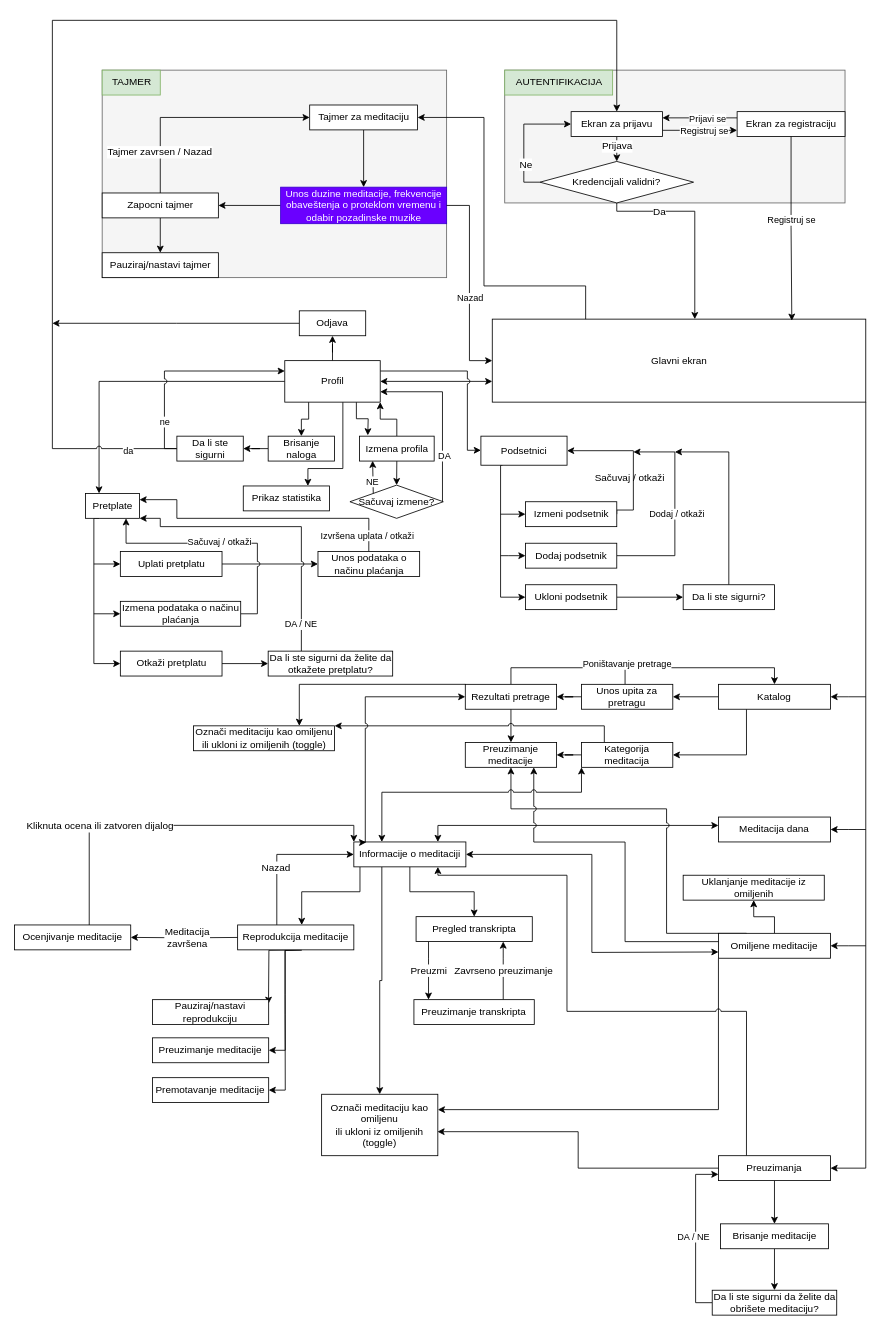
BulatovicBalsa/pure-meditation-dti keeps this draw.io diagram as refactored_PureMeditation_DTI.drawio. Above is the earlier version. Source tidied: cells renumbered, new cells numbered last; positions are measured from the earlier drawing's top-left corner, leaving out a move shared by most shapes. Both pictures are drawn from the tidied source at 83%, with x=0, y=0 at pixel (14, 20).
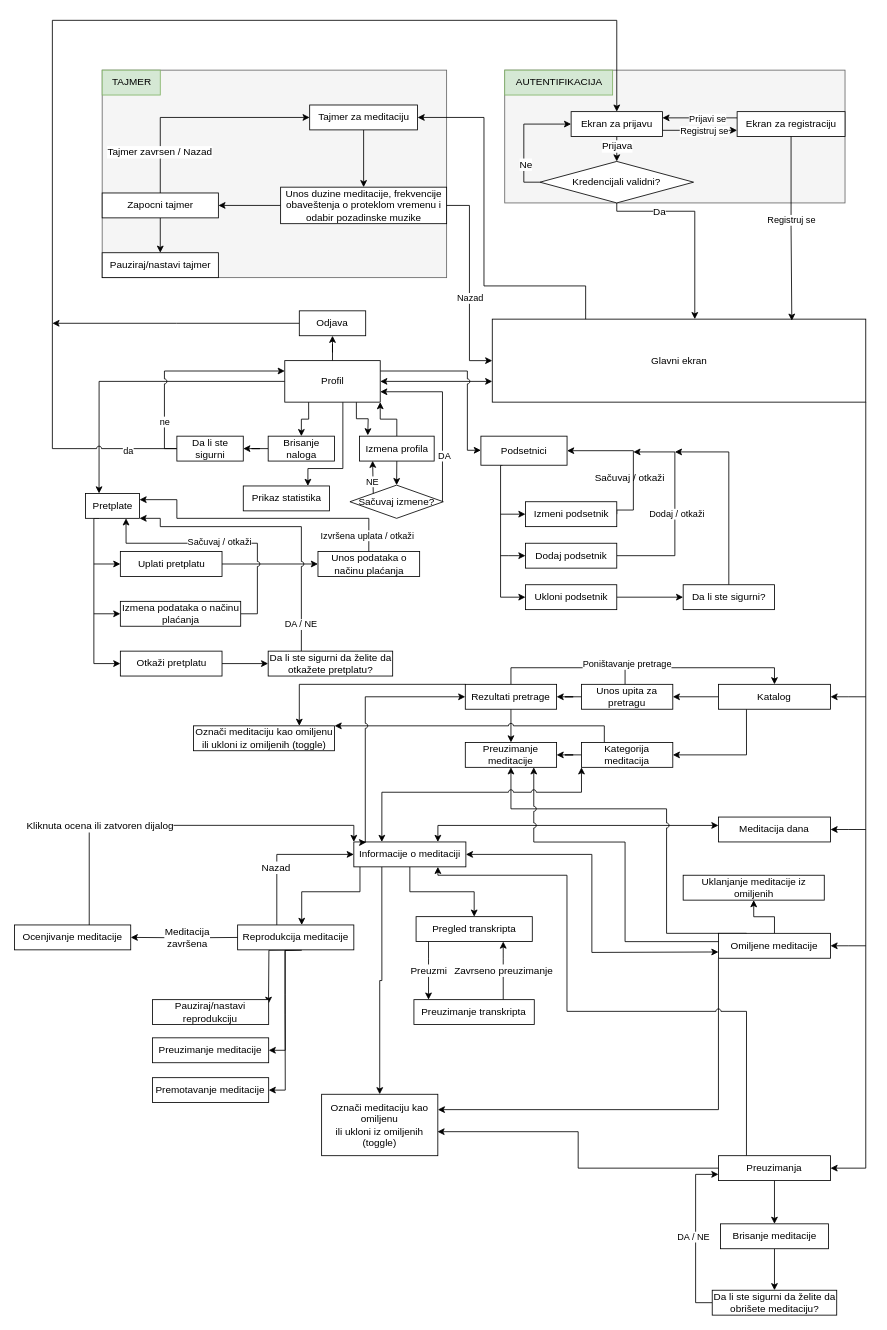
The same page after the edit.

The change refers to these unchanged cells:
```xml
<mxCell id="22" style="group;fillColor=#f5f5f5;fontColor=#333333;strokeColor=#666666;" parent="1" vertex="1">
  <mxGeometry x="105.6" y="60" width="415" height="250" as="geometry" />
</mxCell>
```

The edit, as a diff of the source:
```diff
@@
-    <mxCell id="26" value="Unos duzine meditacije, frekvencije obaveštenja o proteklom vremenu i odabir pozadinske muzike" style="rounded=0;whiteSpace=wrap;html=1;fontSize=12;fillColor=#6a00ff;strokeColor=#3700CC;fontColor=#ffffff;" parent="22" vertex="1">
+    <mxCell id="26" value="Unos duzine meditacije, frekvencije obaveštenja o proteklom vremenu i odabir pozadinske muzike" style="rounded=0;whiteSpace=wrap;html=1;fontSize=12;" parent="22" vertex="1">
       <mxGeometry x="215" y="141" width="200" height="44" as="geometry" />
     </mxCell>
```
